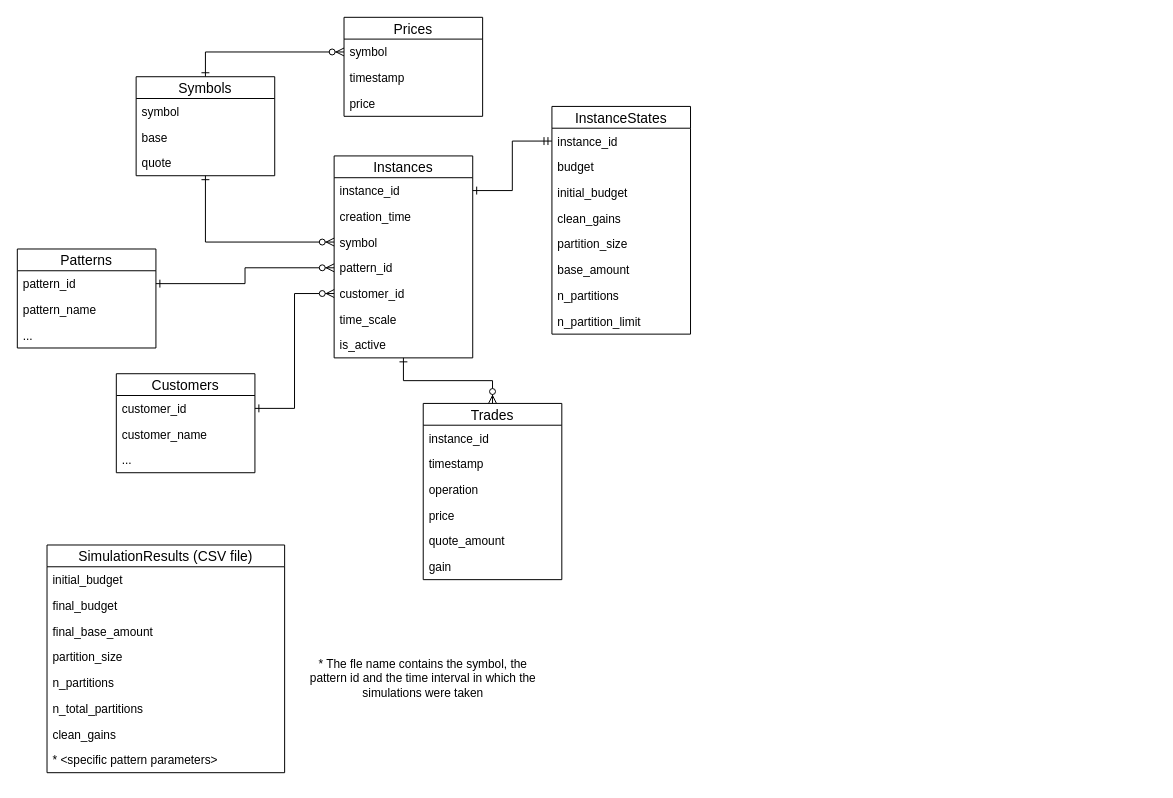
ruiz-salvat/morfeo keeps this draw.io diagram as Docs/Diagrams/EDRDiagram.drawio. Above is the earlier version. Source tidied: cells renumbered, new cells numbered last; positions are measured from the earlier drawing's top-left corner, leaving out a move shared by most shapes. Both pictures are drawn from the tidied source at 99%, with x=0, y=0 at pixel (17, 17).
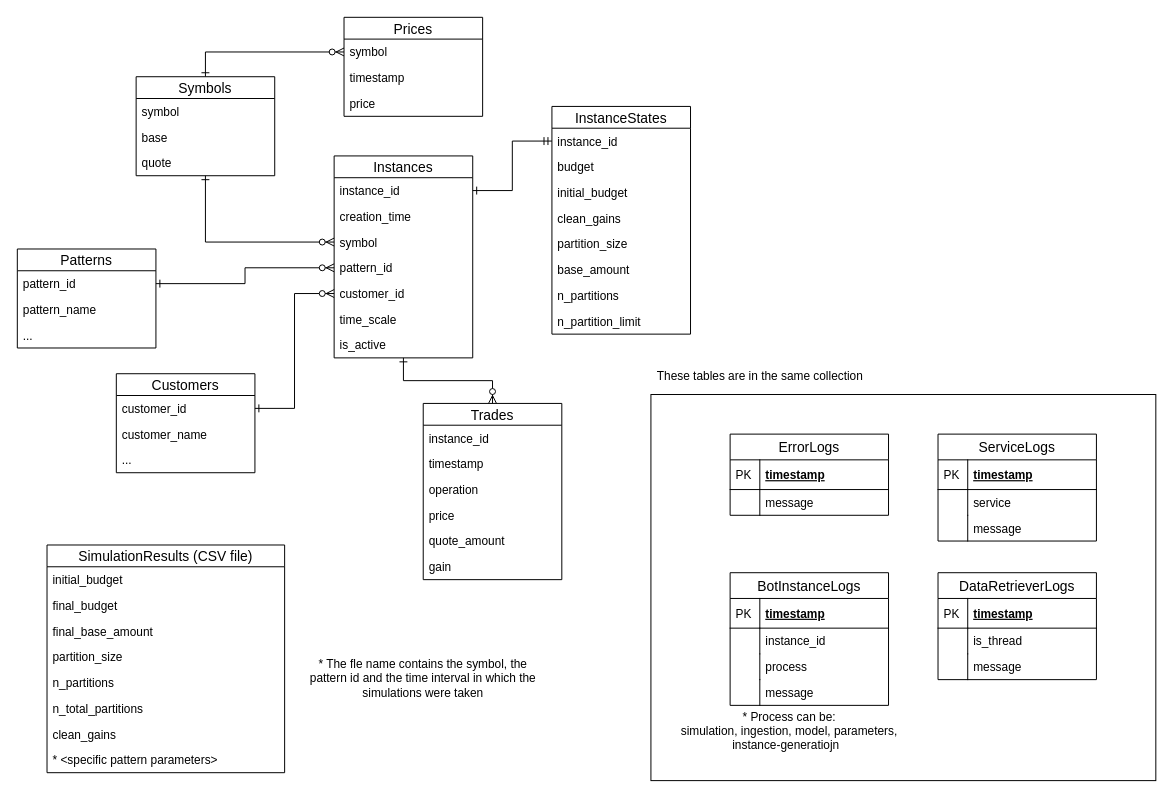
The same page after the edit.

The edit, as a diff of the source:
```diff
@@
+    <mxCell id="58" value="* Process can be:&lt;br&gt;simulation, ingestion, model, parameters, instance-generatiojn&amp;nbsp;&amp;nbsp;" style="text;html=1;strokeColor=none;fillColor=none;align=center;verticalAlign=middle;whiteSpace=wrap;rounded=0;" parent="1" vertex="1">
+      <mxGeometry x="650" y="701" width="260" height="40" as="geometry" />
+    </mxCell>
+    <mxCell id="59" style="rounded=0;whiteSpace=wrap;html=1;fillColor=none;" parent="1" vertex="1">
+      <mxGeometry x="640" y="381" width="510" height="390" as="geometry" />
+    </mxCell>
+    <mxCell id="60" value="These tables are in the same collection" style="text;html=1;align=center;verticalAlign=middle;" parent="1" vertex="1">
+      <mxGeometry x="640" y="353" width="220" height="20" as="geometry" />
+    </mxCell>
+    <mxCell id="61" value="ErrorLogs" style="swimlane;fontStyle=0;horizontal=1;startSize=26;align=center;fontSize=14;" parent="1" vertex="1">
+      <mxGeometry x="720" y="421" width="160" height="82" as="geometry" />
+    </mxCell>
+    <mxCell id="62" value="timestamp" style="shape=partialRectangle;top=0;left=0;right=0;bottom=1;align=left;verticalAlign=middle;fillColor=none;spacingLeft=34;spacingRight=4;overflow=hidden;fontStyle=5;fontSize=12;" parent="61" vertex="1">
+      <mxGeometry y="26" width="160" height="30" as="geometry" />
+    </mxCell>
+    <mxCell id="63" value="PK" style="shape=partialRectangle;top=0;left=0;bottom=0;fillColor=none;align=left;verticalAlign=middle;spacingLeft=4;spacingRight=4;overflow=hidden;fontSize=12;" parent="62" vertex="1">
+      <mxGeometry width="30" height="30" as="geometry" />
+    </mxCell>
+    <mxCell id="64" value="message" style="shape=partialRectangle;top=0;left=0;right=0;bottom=0;align=left;verticalAlign=top;fillColor=none;spacingLeft=34;spacingRight=4;overflow=hidden;fontSize=12;" parent="61" vertex="1">
+      <mxGeometry y="56" width="160" height="26" as="geometry" />
+    </mxCell>
+    <mxCell id="65" style="shape=partialRectangle;top=0;left=0;bottom=0;fillColor=none;align=left;verticalAlign=top;spacingLeft=4;spacingRight=4;overflow=hidden;fontSize=12;" parent="64" vertex="1">
+      <mxGeometry width="30" height="26" as="geometry" />
+    </mxCell>
+    <mxCell id="66" value="ServiceLogs" style="swimlane;fontStyle=0;horizontal=1;startSize=26;align=center;fontSize=14;" parent="1" vertex="1">
+      <mxGeometry x="930" y="421" width="160" height="108" as="geometry" />
+    </mxCell>
+    <mxCell id="67" value="timestamp" style="shape=partialRectangle;top=0;left=0;right=0;bottom=1;align=left;verticalAlign=middle;fillColor=none;spacingLeft=34;spacingRight=4;overflow=hidden;fontStyle=5;fontSize=12;" parent="66" vertex="1">
+      <mxGeometry y="26" width="160" height="30" as="geometry" />
+    </mxCell>
+    <mxCell id="68" value="PK" style="shape=partialRectangle;top=0;left=0;bottom=0;fillColor=none;align=left;verticalAlign=middle;spacingLeft=4;spacingRight=4;overflow=hidden;fontSize=12;" parent="67" vertex="1">
+      <mxGeometry width="30" height="30" as="geometry" />
+    </mxCell>
+    <mxCell id="69" value="service" style="shape=partialRectangle;top=0;left=0;right=0;bottom=0;align=left;verticalAlign=top;fillColor=none;spacingLeft=34;spacingRight=4;overflow=hidden;fontSize=12;" parent="66" vertex="1">
+      <mxGeometry y="56" width="160" height="26" as="geometry" />
+    </mxCell>
+    <mxCell id="70" style="shape=partialRectangle;top=0;left=0;bottom=0;fillColor=none;align=left;verticalAlign=top;spacingLeft=4;spacingRight=4;overflow=hidden;fontSize=12;" parent="69" vertex="1">
+      <mxGeometry width="30" height="26" as="geometry" />
+    </mxCell>
+    <mxCell id="71" value="message" style="shape=partialRectangle;top=0;left=0;right=0;bottom=0;align=left;verticalAlign=top;fillColor=none;spacingLeft=34;spacingRight=4;overflow=hidden;fontSize=12;" parent="66" vertex="1">
+      <mxGeometry y="82" width="160" height="26" as="geometry" />
+    </mxCell>
+    <mxCell id="72" style="shape=partialRectangle;top=0;left=0;bottom=0;fillColor=none;align=left;verticalAlign=top;spacingLeft=4;spacingRight=4;overflow=hidden;fontSize=12;" parent="71" vertex="1">
+      <mxGeometry width="30" height="26" as="geometry" />
+    </mxCell>
+    <mxCell id="73" value="BotInstanceLogs" style="swimlane;fontStyle=0;horizontal=1;startSize=26;align=center;fontSize=14;" parent="1" vertex="1">
+      <mxGeometry x="720" y="561" width="160" height="134" as="geometry" />
+    </mxCell>
+    <mxCell id="74" value="timestamp" style="shape=partialRectangle;top=0;left=0;right=0;bottom=1;align=left;verticalAlign=middle;fillColor=none;spacingLeft=34;spacingRight=4;overflow=hidden;fontStyle=5;fontSize=12;" parent="73" vertex="1">
+      <mxGeometry y="26" width="160" height="30" as="geometry" />
+    </mxCell>
+    <mxCell id="75" value="PK" style="shape=partialRectangle;top=0;left=0;bottom=0;fillColor=none;align=left;verticalAlign=middle;spacingLeft=4;spacingRight=4;overflow=hidden;fontSize=12;" parent="74" vertex="1">
+      <mxGeometry width="30" height="30" as="geometry" />
+    </mxCell>
+    <mxCell id="76" value="instance_id" style="shape=partialRectangle;top=0;left=0;right=0;bottom=0;align=left;verticalAlign=top;fillColor=none;spacingLeft=34;spacingRight=4;overflow=hidden;fontSize=12;" parent="73" vertex="1">
+      <mxGeometry y="56" width="160" height="26" as="geometry" />
+    </mxCell>
+    <mxCell id="77" style="shape=partialRectangle;top=0;left=0;bottom=0;fillColor=none;align=left;verticalAlign=top;spacingLeft=4;spacingRight=4;overflow=hidden;fontSize=12;" parent="76" vertex="1">
+      <mxGeometry width="30" height="26" as="geometry" />
+    </mxCell>
+    <mxCell id="78" value="process" style="shape=partialRectangle;top=0;left=0;right=0;bottom=0;align=left;verticalAlign=top;fillColor=none;spacingLeft=34;spacingRight=4;overflow=hidden;fontSize=12;" parent="73" vertex="1">
+      <mxGeometry y="82" width="160" height="26" as="geometry" />
+    </mxCell>
+    <mxCell id="79" style="shape=partialRectangle;top=0;left=0;bottom=0;fillColor=none;align=left;verticalAlign=top;spacingLeft=4;spacingRight=4;overflow=hidden;fontSize=12;" parent="78" vertex="1">
+      <mxGeometry width="30" height="26" as="geometry" />
+    </mxCell>
+    <mxCell id="80" value="message" style="shape=partialRectangle;top=0;left=0;right=0;bottom=0;align=left;verticalAlign=top;fillColor=none;spacingLeft=34;spacingRight=4;overflow=hidden;fontSize=12;" parent="73" vertex="1">
+      <mxGeometry y="108" width="160" height="26" as="geometry" />
+    </mxCell>
+    <mxCell id="81" style="shape=partialRectangle;top=0;left=0;bottom=0;fillColor=none;align=left;verticalAlign=top;spacingLeft=4;spacingRight=4;overflow=hidden;fontSize=12;" parent="80" vertex="1">
+      <mxGeometry width="30" height="26" as="geometry" />
+    </mxCell>
+    <mxCell id="82" value="DataRetrieverLogs" style="swimlane;fontStyle=0;horizontal=1;startSize=26;align=center;fontSize=14;" parent="1" vertex="1">
+      <mxGeometry x="930" y="561" width="160" height="108" as="geometry" />
+    </mxCell>
+    <mxCell id="83" value="timestamp" style="shape=partialRectangle;top=0;left=0;right=0;bottom=1;align=left;verticalAlign=middle;fillColor=none;spacingLeft=34;spacingRight=4;overflow=hidden;fontStyle=5;fontSize=12;" parent="82" vertex="1">
+      <mxGeometry y="26" width="160" height="30" as="geometry" />
+    </mxCell>
+    <mxCell id="84" value="PK" style="shape=partialRectangle;top=0;left=0;bottom=0;fillColor=none;align=left;verticalAlign=middle;spacingLeft=4;spacingRight=4;overflow=hidden;fontSize=12;" parent="83" vertex="1">
+      <mxGeometry width="30" height="30" as="geometry" />
+    </mxCell>
+    <mxCell id="85" value="is_thread" style="shape=partialRectangle;top=0;left=0;right=0;bottom=0;align=left;verticalAlign=top;fillColor=none;spacingLeft=34;spacingRight=4;overflow=hidden;fontSize=12;" parent="82" vertex="1">
+      <mxGeometry y="56" width="160" height="26" as="geometry" />
+    </mxCell>
+    <mxCell id="86" style="shape=partialRectangle;top=0;left=0;bottom=0;fillColor=none;align=left;verticalAlign=top;spacingLeft=4;spacingRight=4;overflow=hidden;fontSize=12;" parent="85" vertex="1">
+      <mxGeometry width="30" height="26" as="geometry" />
+    </mxCell>
+    <mxCell id="87" value="message" style="shape=partialRectangle;top=0;left=0;right=0;bottom=0;align=left;verticalAlign=top;fillColor=none;spacingLeft=34;spacingRight=4;overflow=hidden;fontSize=12;" parent="82" vertex="1">
+      <mxGeometry y="82" width="160" height="26" as="geometry" />
+    </mxCell>
+    <mxCell id="88" style="shape=partialRectangle;top=0;left=0;bottom=0;fillColor=none;align=left;verticalAlign=top;spacingLeft=4;spacingRight=4;overflow=hidden;fontSize=12;" parent="87" vertex="1">
+      <mxGeometry width="30" height="26" as="geometry" />
+    </mxCell>
```
